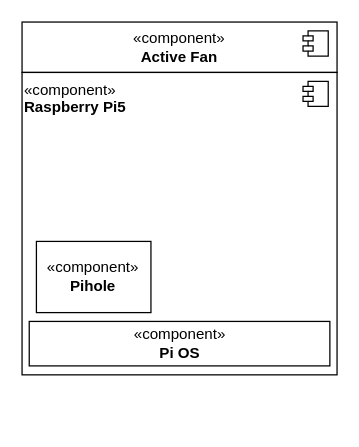
Earlier version of the draw.io diagram network.drawio (quickbrnfx/homeLab). Source tidied: cells renumbered, new cells numbered last; positions are measured from the earlier drawing's top-left corner, leaving out a move shared by most shapes. Both pictures are drawn from the tidied source at 126%, with x=0, y=0 at pixel (21, 21).
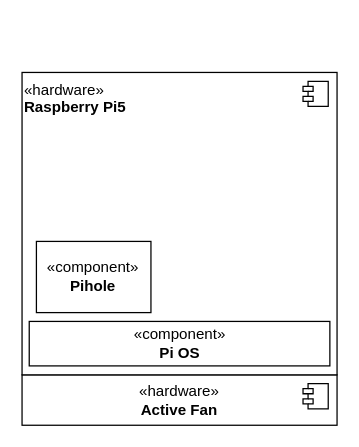
The same diagram, later.

Change to the diagram source:
```diff
@@
 <mxGraphModel>
   <root>
     <mxCell id="0" />
     <mxCell id="1" parent="0" />
-    <mxCell id="2" value="«component»&lt;br&gt;&lt;b&gt;Active Fan&lt;/b&gt;" style="html=1;whiteSpace=wrap;" parent="1" vertex="1">
-      <mxGeometry width="250" height="40" as="geometry" />
+    <mxCell id="2" value="«hardware»&lt;br&gt;&lt;b&gt;Active Fan&lt;/b&gt;" style="html=1;whiteSpace=wrap;" parent="1" vertex="1">
+      <mxGeometry y="280" width="250" height="40" as="geometry" />
     </mxCell>
     <mxCell id="3" style="shape=module;jettyWidth=8;jettyHeight=4;" parent="2" vertex="1">
       <mxGeometry x="1" width="20" height="20" relative="1" as="geometry">
         <mxPoint x="-27" y="7" as="offset" />
       </mxGeometry>
     </mxCell>
     <mxCell id="4" style="group;" parent="1" vertex="1">
       <mxGeometry y="40" width="250" height="240" as="geometry" />
     </mxCell>
-    <mxCell id="5" value="«component»&lt;br&gt;&lt;b&gt;Raspberry Pi5&lt;/b&gt;" style="html=1;whiteSpace=wrap;align=left;horizontal=1;verticalAlign=top;" parent="4" vertex="1">
+    <mxCell id="5" value="«hardware»&lt;br&gt;&lt;b&gt;Raspberry Pi5&lt;/b&gt;" style="html=1;whiteSpace=wrap;align=left;horizontal=1;verticalAlign=top;" parent="4" vertex="1">
       <mxGeometry width="250" height="240" as="geometry" />
     </mxCell>
     <mxCell id="6" style="shape=module;jettyWidth=8;jettyHeight=4;" parent="5" vertex="1">
       <mxGeometry x="1" width="20" height="20" relative="1" as="geometry">
         <mxPoint x="-27" y="7" as="offset" />
       </mxGeometry>
     </mxCell>
     <mxCell id="7" value="«component»&lt;br&gt;&lt;b&gt;Pi OS&lt;/b&gt;" style="html=1;whiteSpace=wrap;" parent="4" vertex="1">
       <mxGeometry x="5.7" y="197.6" width="238.6" height="35.3" as="geometry" />
     </mxCell>
     <mxCell id="8" value="«component»&lt;br&gt;&lt;b&gt;Pihole&lt;/b&gt;" style="html=1;whiteSpace=wrap;" parent="4" vertex="1">
       <mxGeometry x="11.4" y="134.1" width="90.9" height="56.5" as="geometry" />
     </mxCell>
   </root>
 </mxGraphModel>
```
